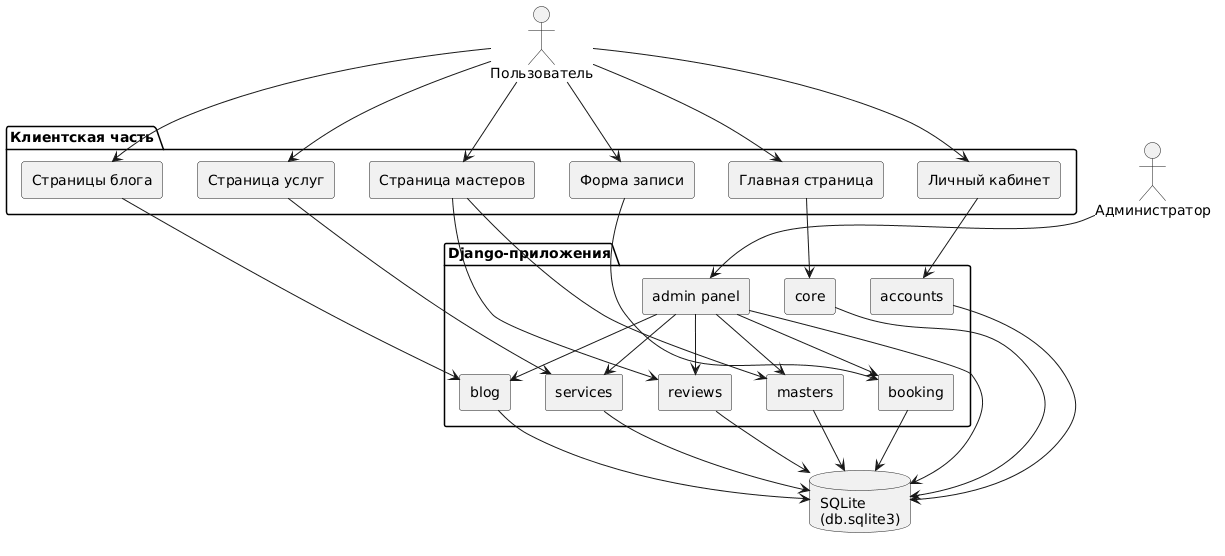
Before: docs/plantuml/Компонентная диаграмма структуры веб-приложения.png, a diagram exported from PlantUML (ZentifyID/spa-salon). The source it was exported from:
```plantuml
@startuml
skinparam componentStyle rectangle

actor "Пользователь" as UserActor
actor "Администратор" as AdminActor

package "Клиентская часть" {
  [Главная страница]
  [Страница услуг]
  [Страница мастеров]
  [Форма записи]
  [Личный кабинет]
  [Страницы блога]
}

package "Django-приложения" {
  [core]
  [services]
  [masters]
  [booking]
  [accounts]
  [reviews]
  [blog]
  [admin panel]
}

database "SQLite\n(db.sqlite3)" as DB

UserActor --> [Главная страница]
UserActor --> [Страница услуг]
UserActor --> [Страница мастеров]
UserActor --> [Форма записи]
UserActor --> [Личный кабинет]
UserActor --> [Страницы блога]

[Главная страница] --> [core]
[Страница услуг] --> [services]
[Страница мастеров] --> [masters]
[Форма записи] --> [booking]
[Личный кабинет] --> [accounts]
[Страницы блога] --> [blog]
[Страница мастеров] --> [reviews]

AdminActor --> [admin panel]
[admin panel] --> [services]
[admin panel] --> [masters]
[admin panel] --> [booking]
[admin panel] --> [reviews]
[admin panel] --> [blog]

[core] --> DB
[services] --> DB
[masters] --> DB
[booking] --> DB
[accounts] --> DB
[reviews] --> DB
[blog] --> DB
[admin panel] --> DB
@enduml
```
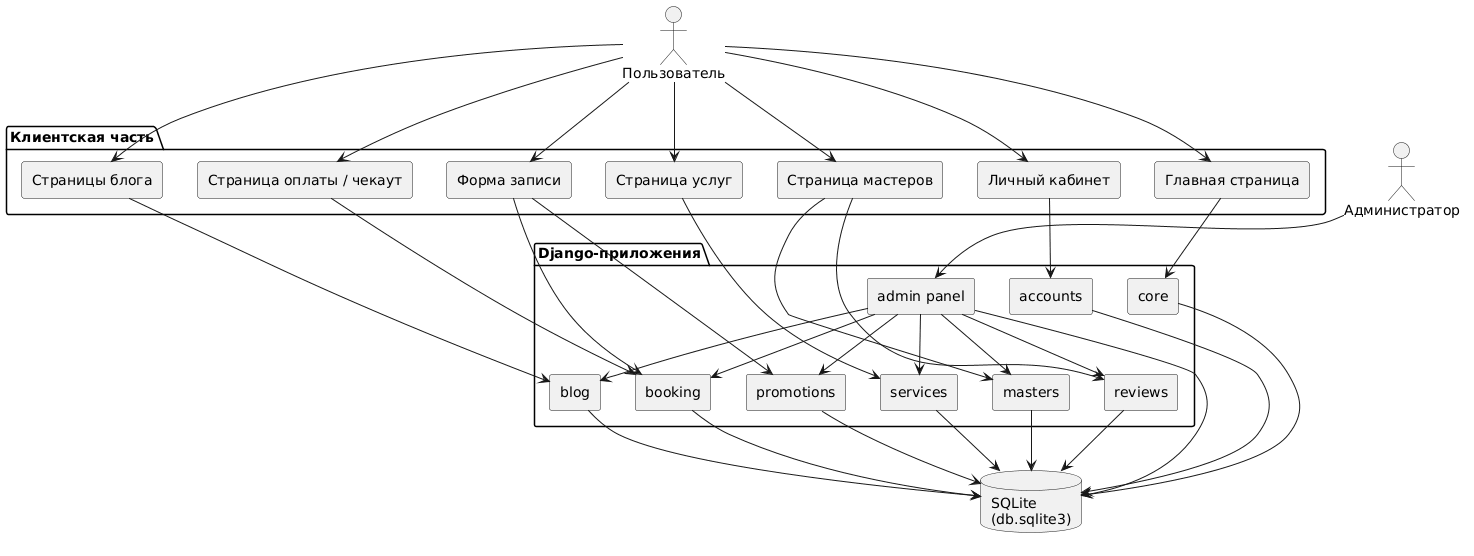
The same diagram one commit later.

Diff of the diagram source:
```diff
@@ -9,6 +9,7 @@
   [Страница услуг]
   [Страница мастеров]
   [Форма записи]
+  [Страница оплаты / чекаут]
   [Личный кабинет]
   [Страницы блога]
 }
@@ -21,6 +22,7 @@
   [accounts]
   [reviews]
   [blog]
+  [promotions]
   [admin panel]
 }
 
@@ -30,6 +32,7 @@
 UserActor --> [Страница услуг]
 UserActor --> [Страница мастеров]
 UserActor --> [Форма записи]
+UserActor --> [Страница оплаты / чекаут]
 UserActor --> [Личный кабинет]
 UserActor --> [Страницы блога]
 
@@ -37,6 +40,8 @@
 [Страница услуг] --> [services]
 [Страница мастеров] --> [masters]
 [Форма записи] --> [booking]
+[Форма записи] --> [promotions]
+[Страница оплаты / чекаут] --> [booking]
 [Личный кабинет] --> [accounts]
 [Страницы блога] --> [blog]
 [Страница мастеров] --> [reviews]
@@ -47,6 +52,7 @@
 [admin panel] --> [booking]
 [admin panel] --> [reviews]
 [admin panel] --> [blog]
+[admin panel] --> [promotions]
 
 [core] --> DB
 [services] --> DB
@@ -55,5 +61,6 @@
 [accounts] --> DB
 [reviews] --> DB
 [blog] --> DB
+[promotions] --> DB
 [admin panel] --> DB
 @enduml
```
